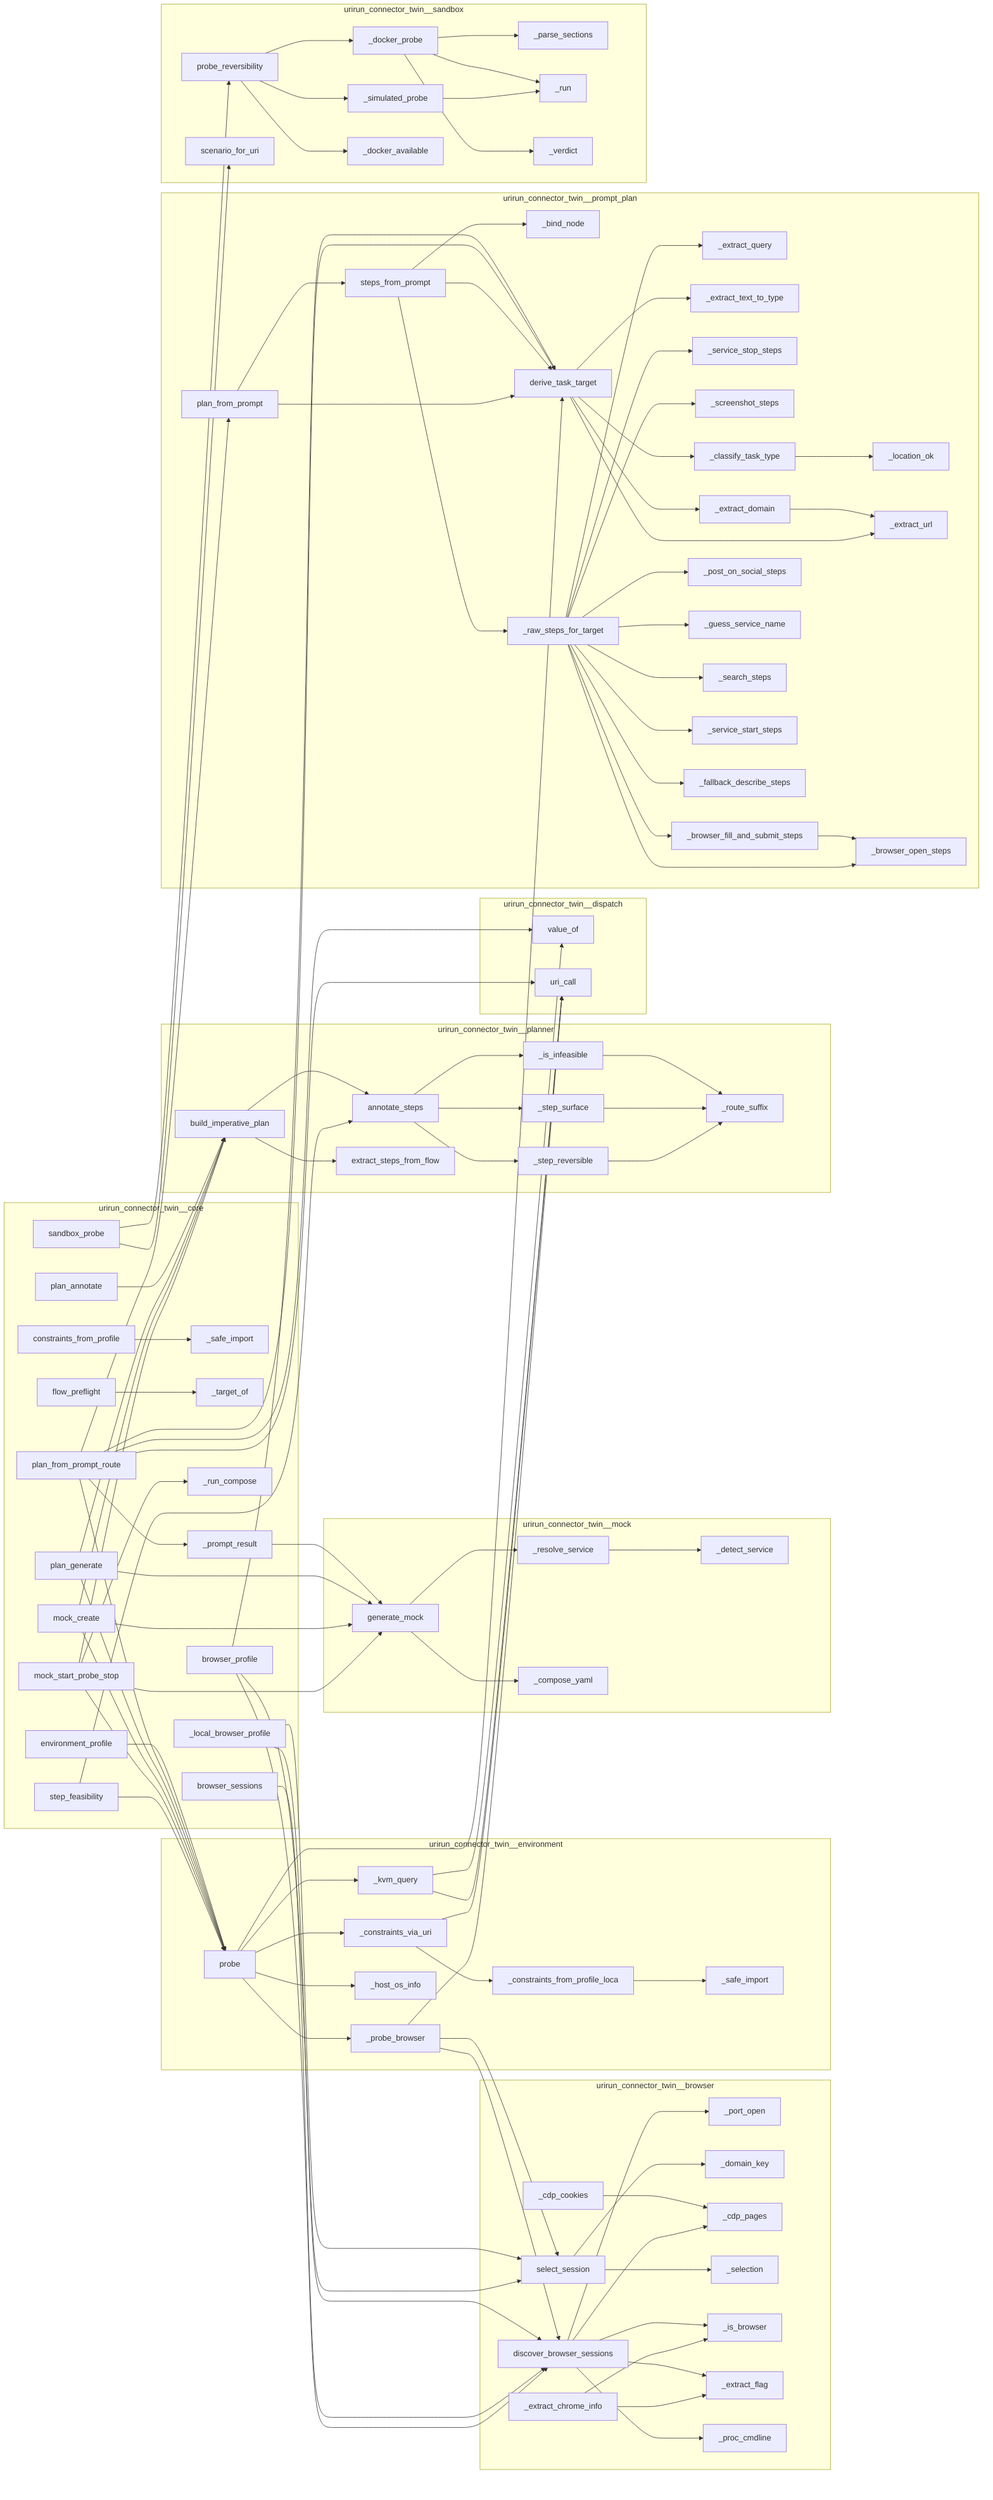
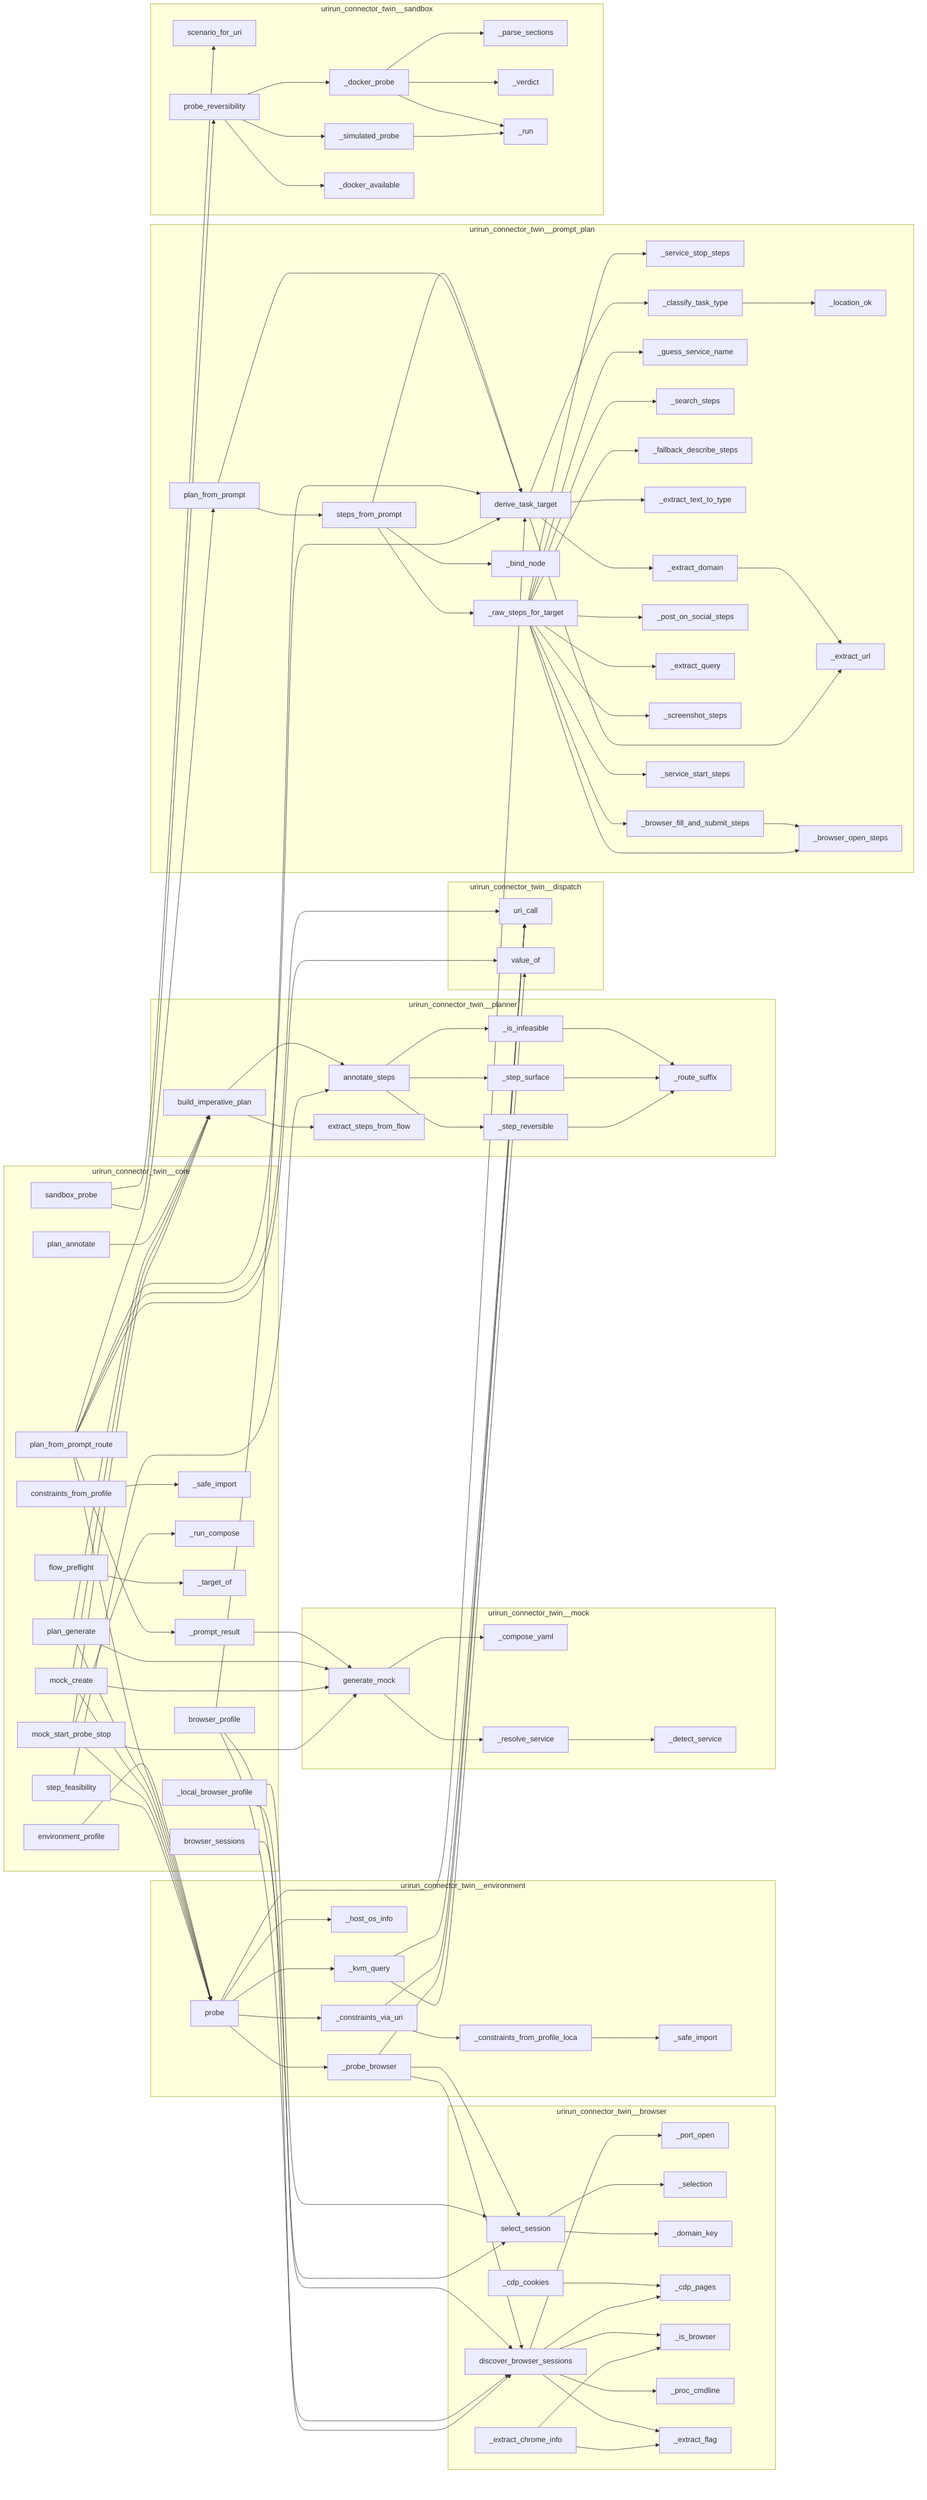
flowchart LR
%% generated in 0.00s
    subgraph urirun_connector_twin__browser
        urirun_connector_twin__browser___extract_chrome_info["_extract_chrome_info"]
-         urirun_connector_twin__browser__select_session["select_session"]
        urirun_connector_twin__browser___port_open["_port_open"]
+         urirun_connector_twin__browser___cdp_cookies["_cdp_cookies"]
+         urirun_connector_twin__browser___selection["_selection"]
        urirun_connector_twin__browser___domain_key["_domain_key"]
        urirun_connector_twin__browser___cdp_pages["_cdp_pages"]
-         urirun_connector_twin__browser___selection["_selection"]
        urirun_connector_twin__browser___is_browser["_is_browser"]
+         urirun_connector_twin__browser___proc_cmdline["_proc_cmdline"]
+         urirun_connector_twin__browser__select_session["select_session"]
        urirun_connector_twin__browser__discover_browser_sessions["discover_browser_sessions"]
-         urirun_connector_twin__browser___cdp_cookies["_cdp_cookies"]
        urirun_connector_twin__browser___extract_flag["_extract_flag"]
-         urirun_connector_twin__browser___proc_cmdline["_proc_cmdline"]
    end
    subgraph urirun_connector_twin__core
+         urirun_connector_twin__core___prompt_result["_prompt_result"]
+         urirun_connector_twin__core__browser_sessions["browser_sessions"]
+         urirun_connector_twin__core___local_browser_profile["_local_browser_profile"]
+         urirun_connector_twin__core__browser_profile["browser_profile"]
+         urirun_connector_twin__core__flow_preflight["flow_preflight"]
+         urirun_connector_twin__core__mock_create["mock_create"]
+         urirun_connector_twin__core__step_feasibility["step_feasibility"]
+         urirun_connector_twin__core__sandbox_probe["sandbox_probe"]
+         urirun_connector_twin__core__constraints_from_profile["constraints_from_profile"]
+         urirun_connector_twin__core__plan_generate["plan_generate"]
+         urirun_connector_twin__core__environment_profile["environment_profile"]
+         urirun_connector_twin__core__plan_from_prompt_route["plan_from_prompt_route"]
        urirun_connector_twin__core___safe_import["_safe_import"]
-         urirun_connector_twin__core__plan_from_prompt_route["plan_from_prompt_route"]
+         urirun_connector_twin__core___run_compose["_run_compose"]
+         urirun_connector_twin__core__plan_annotate["plan_annotate"]
        urirun_connector_twin__core___target_of["_target_of"]
-         urirun_connector_twin__core__environment_profile["environment_profile"]
-         urirun_connector_twin__core__constraints_from_profile["constraints_from_profile"]
-         urirun_connector_twin__core__mock_create["mock_create"]
-         urirun_connector_twin__core___local_browser_profile["_local_browser_profile"]
-         urirun_connector_twin__core__browser_sessions["browser_sessions"]
-         urirun_connector_twin__core__browser_profile["browser_profile"]
-         urirun_connector_twin__core__plan_annotate["plan_annotate"]
-         urirun_connector_twin__core___run_compose["_run_compose"]
        urirun_connector_twin__core__mock_start_probe_stop["mock_start_probe_stop"]
-         urirun_connector_twin__core__sandbox_probe["sandbox_probe"]
-         urirun_connector_twin__core__plan_generate["plan_generate"]
-         urirun_connector_twin__core__flow_preflight["flow_preflight"]
-         urirun_connector_twin__core__step_feasibility["step_feasibility"]
-         urirun_connector_twin__core___prompt_result["_prompt_result"]
    end
    subgraph urirun_connector_twin__dispatch
+         urirun_connector_twin__dispatch__uri_call["uri_call"]
        urirun_connector_twin__dispatch__value_of["value_of"]
-         urirun_connector_twin__dispatch__uri_call["uri_call"]
    end
    subgraph urirun_connector_twin__environment
+         urirun_connector_twin__environment___constraints_via_uri["_constraints_via_uri"]
+         urirun_connector_twin__environment__probe["probe"]
+         urirun_connector_twin__environment___host_os_info["_host_os_info"]
+         urirun_connector_twin__environment___safe_import["_safe_import"]
        urirun_connector_twin__environment___probe_browser["_probe_browser"]
-         urirun_connector_twin__environment___safe_import["_safe_import"]
-         urirun_connector_twin__environment___constraints_via_uri["_constraints_via_uri"]
        urirun_connector_twin__environment___kvm_query["_kvm_query"]
-         urirun_connector_twin__environment___host_os_info["_host_os_info"]
        urirun_connector_twin__environment___constraints_from_profile_local["_constraints_from_profile_loca"]
-         urirun_connector_twin__environment__probe["probe"]
    end
    subgraph urirun_connector_twin__mock
+         urirun_connector_twin__mock___detect_service["_detect_service"]
+         urirun_connector_twin__mock___compose_yaml["_compose_yaml"]
+         urirun_connector_twin__mock__generate_mock["generate_mock"]
        urirun_connector_twin__mock___resolve_service["_resolve_service"]
-         urirun_connector_twin__mock__generate_mock["generate_mock"]
-         urirun_connector_twin__mock___compose_yaml["_compose_yaml"]
-         urirun_connector_twin__mock___detect_service["_detect_service"]
    end
    subgraph urirun_connector_twin__planner
+         urirun_connector_twin__planner___route_suffix["_route_suffix"]
+         urirun_connector_twin__planner___step_surface["_step_surface"]
        urirun_connector_twin__planner__annotate_steps["annotate_steps"]
+         urirun_connector_twin__planner___step_reversible["_step_reversible"]
+         urirun_connector_twin__planner___is_infeasible["_is_infeasible"]
+         urirun_connector_twin__planner__build_imperative_plan["build_imperative_plan"]
        urirun_connector_twin__planner__extract_steps_from_flow["extract_steps_from_flow"]
-         urirun_connector_twin__planner___is_infeasible["_is_infeasible"]
-         urirun_connector_twin__planner___step_surface["_step_surface"]
-         urirun_connector_twin__planner___step_reversible["_step_reversible"]
-         urirun_connector_twin__planner___route_suffix["_route_suffix"]
-         urirun_connector_twin__planner__build_imperative_plan["build_imperative_plan"]
    end
    subgraph urirun_connector_twin__prompt_plan
-         urirun_connector_twin__prompt_plan___extract_query["_extract_query"]
-         urirun_connector_twin__prompt_plan___bind_node["_bind_node"]
+         urirun_connector_twin__prompt_plan___service_stop_steps["_service_stop_steps"]
        urirun_connector_twin__prompt_plan___location_ok["_location_ok"]
-         urirun_connector_twin__prompt_plan___extract_text_to_type["_extract_text_to_type"]
-         urirun_connector_twin__prompt_plan___service_stop_steps["_service_stop_steps"]
-         urirun_connector_twin__prompt_plan___screenshot_steps["_screenshot_steps"]
        urirun_connector_twin__prompt_plan___classify_task_type["_classify_task_type"]
-         urirun_connector_twin__prompt_plan___extract_domain["_extract_domain"]
-         urirun_connector_twin__prompt_plan__derive_task_target["derive_task_target"]
-         urirun_connector_twin__prompt_plan___browser_fill_and_submit_steps["_browser_fill_and_submit_steps"]
-         urirun_connector_twin__prompt_plan___post_on_social_steps["_post_on_social_steps"]
-         urirun_connector_twin__prompt_plan__plan_from_prompt["plan_from_prompt"]
        urirun_connector_twin__prompt_plan___guess_service_name["_guess_service_name"]
        urirun_connector_twin__prompt_plan___search_steps["_search_steps"]
+         urirun_connector_twin__prompt_plan___fallback_describe_steps["_fallback_describe_steps"]
+         urirun_connector_twin__prompt_plan___extract_text_to_type["_extract_text_to_type"]
+         urirun_connector_twin__prompt_plan___extract_domain["_extract_domain"]
        urirun_connector_twin__prompt_plan___extract_url["_extract_url"]
+         urirun_connector_twin__prompt_plan___post_on_social_steps["_post_on_social_steps"]
        urirun_connector_twin__prompt_plan___raw_steps_for_target["_raw_steps_for_target"]
+         urirun_connector_twin__prompt_plan___extract_query["_extract_query"]
+         urirun_connector_twin__prompt_plan__plan_from_prompt["plan_from_prompt"]
+         urirun_connector_twin__prompt_plan___screenshot_steps["_screenshot_steps"]
+         urirun_connector_twin__prompt_plan__steps_from_prompt["steps_from_prompt"]
+         urirun_connector_twin__prompt_plan___browser_fill_and_submit_steps["_browser_fill_and_submit_steps"]
+         urirun_connector_twin__prompt_plan___browser_open_steps["_browser_open_steps"]
+         urirun_connector_twin__prompt_plan___bind_node["_bind_node"]
+         urirun_connector_twin__prompt_plan__derive_task_target["derive_task_target"]
        urirun_connector_twin__prompt_plan___service_start_steps["_service_start_steps"]
-         urirun_connector_twin__prompt_plan___fallback_describe_steps["_fallback_describe_steps"]
-         urirun_connector_twin__prompt_plan__steps_from_prompt["steps_from_prompt"]
-         urirun_connector_twin__prompt_plan___browser_open_steps["_browser_open_steps"]
    end
    subgraph urirun_connector_twin__sandbox
-         urirun_connector_twin__sandbox__probe_reversibility["probe_reversibility"]
-         urirun_connector_twin__sandbox__scenario_for_uri["scenario_for_uri"]
+         urirun_connector_twin__sandbox___docker_probe["_docker_probe"]
        urirun_connector_twin__sandbox___parse_sections["_parse_sections"]
+         urirun_connector_twin__sandbox___verdict["_verdict"]
        urirun_connector_twin__sandbox___run["_run"]
        urirun_connector_twin__sandbox___simulated_probe["_simulated_probe"]
-         urirun_connector_twin__sandbox___verdict["_verdict"]
-         urirun_connector_twin__sandbox___docker_probe["_docker_probe"]
+         urirun_connector_twin__sandbox__scenario_for_uri["scenario_for_uri"]
        urirun_connector_twin__sandbox___docker_available["_docker_available"]
+         urirun_connector_twin__sandbox__probe_reversibility["probe_reversibility"]
    end
    urirun_connector_twin__sandbox___docker_probe --> urirun_connector_twin__sandbox___run
    urirun_connector_twin__sandbox___docker_probe --> urirun_connector_twin__sandbox___parse_sections
    urirun_connector_twin__sandbox___docker_probe --> urirun_connector_twin__sandbox___verdict
    urirun_connector_twin__sandbox___simulated_probe --> urirun_connector_twin__sandbox___run
    urirun_connector_twin__sandbox__probe_reversibility --> urirun_connector_twin__sandbox___docker_available
    urirun_connector_twin__sandbox__probe_reversibility --> urirun_connector_twin__sandbox___docker_probe
    urirun_connector_twin__sandbox__probe_reversibility --> urirun_connector_twin__sandbox___simulated_probe
    urirun_connector_twin__mock___resolve_service --> urirun_connector_twin__mock___detect_service
    urirun_connector_twin__mock__generate_mock --> urirun_connector_twin__mock___resolve_service
    urirun_connector_twin__mock__generate_mock --> urirun_connector_twin__mock___compose_yaml
    urirun_connector_twin__browser___cdp_cookies --> urirun_connector_twin__browser___cdp_pages
    urirun_connector_twin__browser__discover_browser_sessions --> urirun_connector_twin__browser___proc_cmdline
    urirun_connector_twin__browser__discover_browser_sessions --> urirun_connector_twin__browser___extract_flag
    urirun_connector_twin__browser__discover_browser_sessions --> urirun_connector_twin__browser___port_open
    urirun_connector_twin__browser__discover_browser_sessions --> urirun_connector_twin__browser___is_browser
    urirun_connector_twin__browser__discover_browser_sessions --> urirun_connector_twin__browser___cdp_pages
    urirun_connector_twin__browser__select_session --> urirun_connector_twin__browser___domain_key
    urirun_connector_twin__browser__select_session --> urirun_connector_twin__browser___selection
    urirun_connector_twin__browser___extract_chrome_info --> urirun_connector_twin__browser___extract_flag
    urirun_connector_twin__browser___extract_chrome_info --> urirun_connector_twin__browser___is_browser
    urirun_connector_twin__planner___is_infeasible --> urirun_connector_twin__planner___route_suffix
    urirun_connector_twin__planner___step_surface --> urirun_connector_twin__planner___route_suffix
    urirun_connector_twin__planner___step_reversible --> urirun_connector_twin__planner___route_suffix
    urirun_connector_twin__planner__annotate_steps --> urirun_connector_twin__planner___is_infeasible
    urirun_connector_twin__planner__annotate_steps --> urirun_connector_twin__planner___step_reversible
    urirun_connector_twin__planner__annotate_steps --> urirun_connector_twin__planner___step_surface
    urirun_connector_twin__planner__build_imperative_plan --> urirun_connector_twin__planner__extract_steps_from_flow
    urirun_connector_twin__planner__build_imperative_plan --> urirun_connector_twin__planner__annotate_steps
+     urirun_connector_twin__prompt_plan___extract_domain --> urirun_connector_twin__prompt_plan___extract_url
+     urirun_connector_twin__prompt_plan___browser_fill_and_submit_steps --> urirun_connector_twin__prompt_plan___browser_open_steps
+     urirun_connector_twin__prompt_plan___classify_task_type --> urirun_connector_twin__prompt_plan___location_ok
+     urirun_connector_twin__prompt_plan__derive_task_target --> urirun_connector_twin__prompt_plan___extract_domain
+     urirun_connector_twin__prompt_plan__derive_task_target --> urirun_connector_twin__prompt_plan___extract_url
+     urirun_connector_twin__prompt_plan__derive_task_target --> urirun_connector_twin__prompt_plan___extract_text_to_type
+     urirun_connector_twin__prompt_plan__derive_task_target --> urirun_connector_twin__prompt_plan___classify_task_type
+     urirun_connector_twin__prompt_plan___raw_steps_for_target --> urirun_connector_twin__prompt_plan___fallback_describe_steps
+     urirun_connector_twin__prompt_plan___raw_steps_for_target --> urirun_connector_twin__prompt_plan___post_on_social_steps
+     urirun_connector_twin__prompt_plan___raw_steps_for_target --> urirun_connector_twin__prompt_plan___search_steps
+     urirun_connector_twin__prompt_plan___raw_steps_for_target --> urirun_connector_twin__prompt_plan___browser_fill_and_submit_steps
+     urirun_connector_twin__prompt_plan___raw_steps_for_target --> urirun_connector_twin__prompt_plan___browser_open_steps
+     urirun_connector_twin__prompt_plan___raw_steps_for_target --> urirun_connector_twin__prompt_plan___screenshot_steps
+     urirun_connector_twin__prompt_plan___raw_steps_for_target --> urirun_connector_twin__prompt_plan___service_start_steps
+     urirun_connector_twin__prompt_plan___raw_steps_for_target --> urirun_connector_twin__prompt_plan___service_stop_steps
+     urirun_connector_twin__prompt_plan___raw_steps_for_target --> urirun_connector_twin__prompt_plan___extract_query
+     urirun_connector_twin__prompt_plan___raw_steps_for_target --> urirun_connector_twin__prompt_plan___guess_service_name
+     urirun_connector_twin__prompt_plan__steps_from_prompt --> urirun_connector_twin__prompt_plan___bind_node
+     urirun_connector_twin__prompt_plan__steps_from_prompt --> urirun_connector_twin__prompt_plan___raw_steps_for_target
+     urirun_connector_twin__prompt_plan__steps_from_prompt --> urirun_connector_twin__prompt_plan__derive_task_target
+     urirun_connector_twin__prompt_plan__plan_from_prompt --> urirun_connector_twin__prompt_plan__derive_task_target
+     urirun_connector_twin__prompt_plan__plan_from_prompt --> urirun_connector_twin__prompt_plan__steps_from_prompt
    urirun_connector_twin__core___local_browser_profile --> urirun_connector_twin__browser__discover_browser_sessions
    urirun_connector_twin__core___local_browser_profile --> urirun_connector_twin__browser__select_session
    urirun_connector_twin__core___prompt_result --> urirun_connector_twin__mock__generate_mock
    urirun_connector_twin__core__environment_profile --> urirun_connector_twin__environment__probe
    urirun_connector_twin__core__constraints_from_profile --> urirun_connector_twin__core___safe_import
    urirun_connector_twin__core__browser_sessions --> urirun_connector_twin__browser__discover_browser_sessions
    urirun_connector_twin__core__browser_profile --> urirun_connector_twin__browser__discover_browser_sessions
    urirun_connector_twin__core__browser_profile --> urirun_connector_twin__browser__select_session
    urirun_connector_twin__core__browser_profile --> urirun_connector_twin__prompt_plan__derive_task_target
    urirun_connector_twin__core__plan_from_prompt_route --> urirun_connector_twin__prompt_plan__derive_task_target
    urirun_connector_twin__core__plan_from_prompt_route --> urirun_connector_twin__prompt_plan__plan_from_prompt
    urirun_connector_twin__core__plan_from_prompt_route --> urirun_connector_twin__dispatch__uri_call
    urirun_connector_twin__core__plan_from_prompt_route --> urirun_connector_twin__core___prompt_result
    urirun_connector_twin__core__plan_from_prompt_route --> urirun_connector_twin__dispatch__value_of
    urirun_connector_twin__core__plan_from_prompt_route --> urirun_connector_twin__environment__probe
    urirun_connector_twin__core__plan_annotate --> urirun_connector_twin__planner__build_imperative_plan
    urirun_connector_twin__core__plan_generate --> urirun_connector_twin__environment__probe
    urirun_connector_twin__core__plan_generate --> urirun_connector_twin__planner__build_imperative_plan
    urirun_connector_twin__core__plan_generate --> urirun_connector_twin__mock__generate_mock
    urirun_connector_twin__core__mock_create --> urirun_connector_twin__environment__probe
    urirun_connector_twin__core__mock_create --> urirun_connector_twin__planner__build_imperative_plan
    urirun_connector_twin__core__mock_create --> urirun_connector_twin__mock__generate_mock
    urirun_connector_twin__core__mock_start_probe_stop --> urirun_connector_twin__environment__probe
    urirun_connector_twin__core__mock_start_probe_stop --> urirun_connector_twin__planner__build_imperative_plan
    urirun_connector_twin__core__mock_start_probe_stop --> urirun_connector_twin__mock__generate_mock
    urirun_connector_twin__core__mock_start_probe_stop --> urirun_connector_twin__core___run_compose
    urirun_connector_twin__core__step_feasibility --> urirun_connector_twin__environment__probe
    urirun_connector_twin__core__step_feasibility --> urirun_connector_twin__planner__annotate_steps
    urirun_connector_twin__core__sandbox_probe --> urirun_connector_twin__sandbox__probe_reversibility
    urirun_connector_twin__core__sandbox_probe --> urirun_connector_twin__sandbox__scenario_for_uri
    urirun_connector_twin__core__flow_preflight --> urirun_connector_twin__core___target_of
    urirun_connector_twin__environment___kvm_query --> urirun_connector_twin__dispatch__uri_call
    urirun_connector_twin__environment___kvm_query --> urirun_connector_twin__dispatch__value_of
    urirun_connector_twin__environment___constraints_from_profile_local --> urirun_connector_twin__environment___safe_import
    urirun_connector_twin__environment___constraints_via_uri --> urirun_connector_twin__dispatch__uri_call
    urirun_connector_twin__environment___constraints_via_uri --> urirun_connector_twin__environment___constraints_from_profile_local
    urirun_connector_twin__environment___probe_browser --> urirun_connector_twin__dispatch__uri_call
    urirun_connector_twin__environment___probe_browser --> urirun_connector_twin__browser__select_session
    urirun_connector_twin__environment___probe_browser --> urirun_connector_twin__browser__discover_browser_sessions
    urirun_connector_twin__environment__probe --> urirun_connector_twin__environment___host_os_info
    urirun_connector_twin__environment__probe --> urirun_connector_twin__environment___constraints_via_uri
    urirun_connector_twin__environment__probe --> urirun_connector_twin__environment___probe_browser
    urirun_connector_twin__environment__probe --> urirun_connector_twin__environment___kvm_query
    urirun_connector_twin__environment__probe --> urirun_connector_twin__prompt_plan__derive_task_target
-     urirun_connector_twin__prompt_plan___extract_domain --> urirun_connector_twin__prompt_plan___extract_url
-     urirun_connector_twin__prompt_plan___browser_fill_and_submit_steps --> urirun_connector_twin__prompt_plan___browser_open_steps
-     urirun_connector_twin__prompt_plan___classify_task_type --> urirun_connector_twin__prompt_plan___location_ok
-     urirun_connector_twin__prompt_plan__derive_task_target --> urirun_connector_twin__prompt_plan___extract_domain
-     urirun_connector_twin__prompt_plan__derive_task_target --> urirun_connector_twin__prompt_plan___extract_url
-     urirun_connector_twin__prompt_plan__derive_task_target --> urirun_connector_twin__prompt_plan___extract_text_to_type
-     urirun_connector_twin__prompt_plan__derive_task_target --> urirun_connector_twin__prompt_plan___classify_task_type
-     urirun_connector_twin__prompt_plan___raw_steps_for_target --> urirun_connector_twin__prompt_plan___fallback_describe_steps
-     urirun_connector_twin__prompt_plan___raw_steps_for_target --> urirun_connector_twin__prompt_plan___post_on_social_steps
-     urirun_connector_twin__prompt_plan___raw_steps_for_target --> urirun_connector_twin__prompt_plan___search_steps
-     urirun_connector_twin__prompt_plan___raw_steps_for_target --> urirun_connector_twin__prompt_plan___browser_fill_and_submit_steps
-     urirun_connector_twin__prompt_plan___raw_steps_for_target --> urirun_connector_twin__prompt_plan___browser_open_steps
-     urirun_connector_twin__prompt_plan___raw_steps_for_target --> urirun_connector_twin__prompt_plan___screenshot_steps
-     urirun_connector_twin__prompt_plan___raw_steps_for_target --> urirun_connector_twin__prompt_plan___service_start_steps
-     urirun_connector_twin__prompt_plan___raw_steps_for_target --> urirun_connector_twin__prompt_plan___service_stop_steps
-     urirun_connector_twin__prompt_plan___raw_steps_for_target --> urirun_connector_twin__prompt_plan___extract_query
-     urirun_connector_twin__prompt_plan___raw_steps_for_target --> urirun_connector_twin__prompt_plan___guess_service_name
-     urirun_connector_twin__prompt_plan__steps_from_prompt --> urirun_connector_twin__prompt_plan___bind_node
-     urirun_connector_twin__prompt_plan__steps_from_prompt --> urirun_connector_twin__prompt_plan___raw_steps_for_target
-     urirun_connector_twin__prompt_plan__steps_from_prompt --> urirun_connector_twin__prompt_plan__derive_task_target
-     urirun_connector_twin__prompt_plan__plan_from_prompt --> urirun_connector_twin__prompt_plan__derive_task_target
-     urirun_connector_twin__prompt_plan__plan_from_prompt --> urirun_connector_twin__prompt_plan__steps_from_prompt
